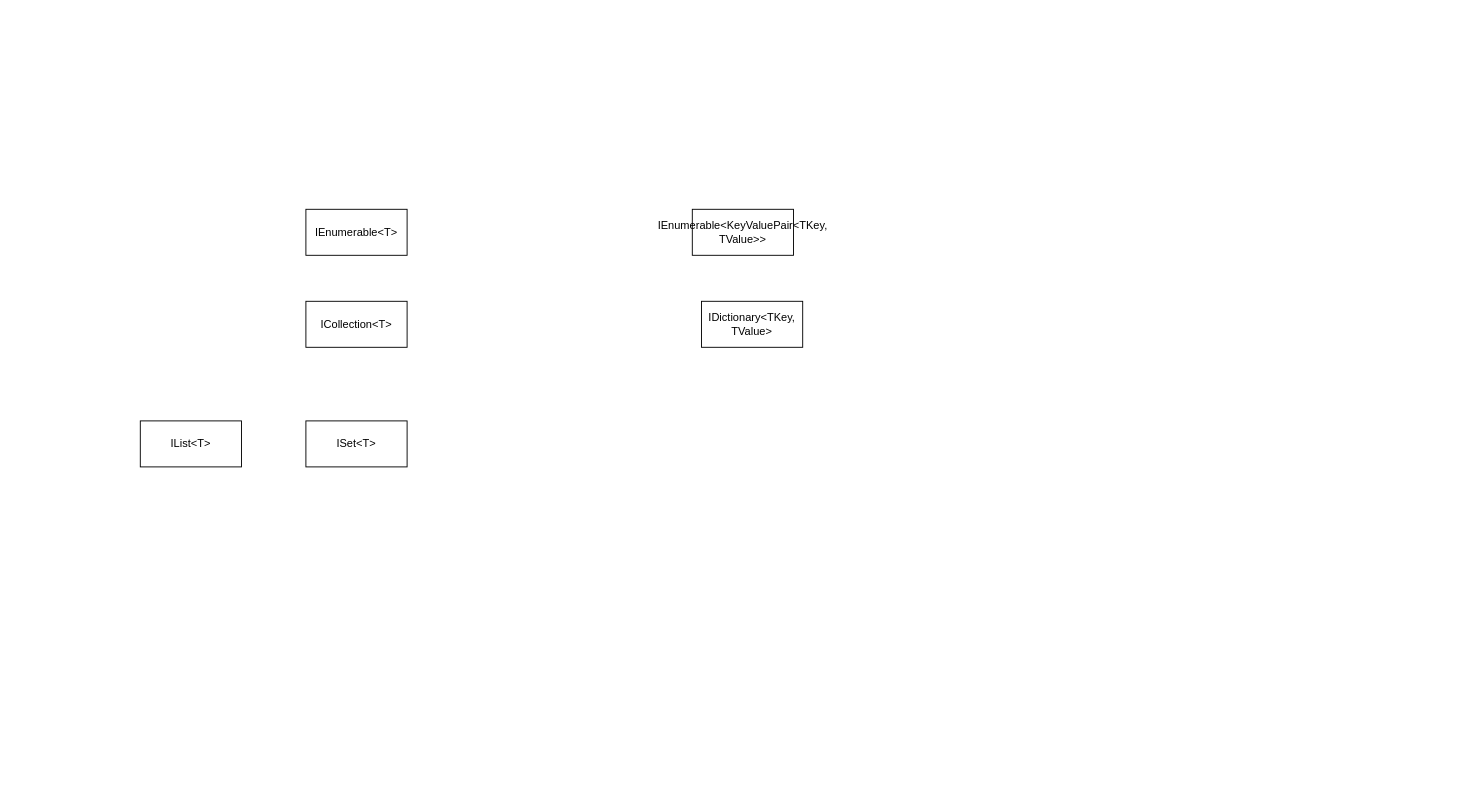
Earlier version of the draw.io diagram src/programming-language/library/collection/collection-csharp.drawio (andrewliqw/development-notes). Source tidied: cells renumbered, new cells numbered last; positions are measured from the earlier drawing's top-left corner, leaving out a move shared by most shapes. Both pictures are drawn from the tidied source at 92%, with x=0, y=0 at pixel (140, 209).
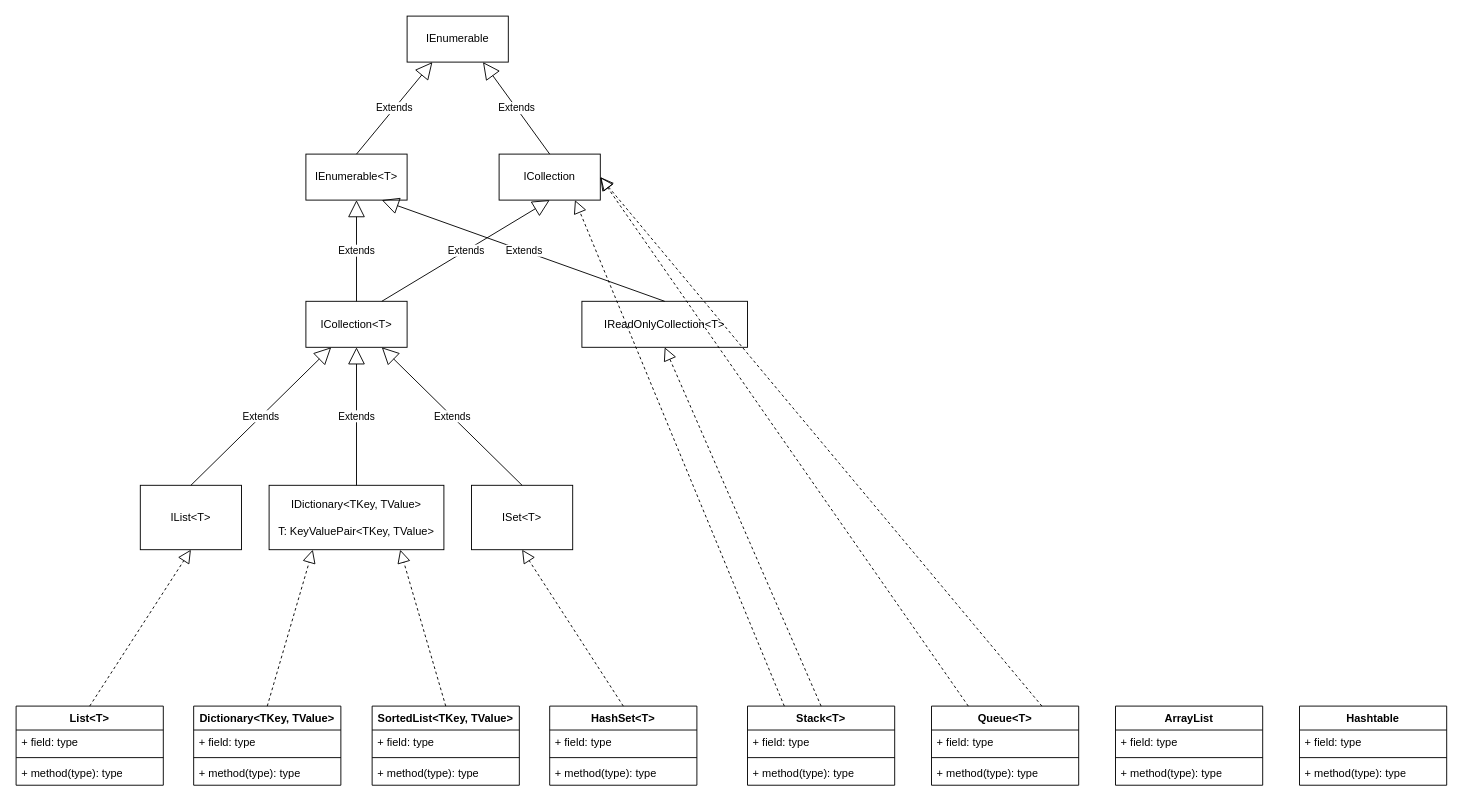
Above is the later version.

Unchanged cells that the change refers to:
```xml
<mxCell id="3" value="ICollection&amp;lt;T&amp;gt;" style="html=1;whiteSpace=wrap;" parent="1" vertex="1">
  <mxGeometry x="180" y="100" width="110" height="50" as="geometry" />
</mxCell>
```

The edit, as a diff of the source:
```diff
@@
     <mxCell id="2" value="IEnumerable&amp;lt;T&amp;gt;" style="html=1;whiteSpace=wrap;" parent="1" vertex="1">
-      <mxGeometry x="180" width="110" height="50" as="geometry" />
+      <mxGeometry x="180" y="-60" width="110" height="50" as="geometry" />
     </mxCell>
@@
     <mxCell id="4" value="IList&amp;lt;T&amp;gt;" style="html=1;whiteSpace=wrap;" parent="1" vertex="1">
-      <mxGeometry y="230" width="110" height="50" as="geometry" />
+      <mxGeometry y="300" width="110" height="70" as="geometry" />
     </mxCell>
     <mxCell id="5" value="ISet&amp;lt;T&amp;gt;" style="html=1;whiteSpace=wrap;" parent="1" vertex="1">
-      <mxGeometry x="180" y="230" width="110" height="50" as="geometry" />
+      <mxGeometry x="360" y="300" width="110" height="70" as="geometry" />
     </mxCell>
-    <mxCell id="6" value="IEnumerable&amp;lt;KeyValuePair&amp;lt;TKey, TValue&amp;gt;&amp;gt;" style="html=1;whiteSpace=wrap;" parent="1" vertex="1">
-      <mxGeometry x="600" width="110" height="50" as="geometry" />
-    </mxCell>
-    <mxCell id="7" value="IDictionary&amp;lt;TKey, TValue&amp;gt;" style="html=1;whiteSpace=wrap;" parent="1" vertex="1">
-      <mxGeometry x="610" y="100" width="110" height="50" as="geometry" />
+    <mxCell id="7" value="IDictionary&amp;lt;TKey, TValue&amp;gt;&lt;br&gt;&lt;br&gt;T: KeyValuePair&amp;lt;TKey, TValue&amp;gt;" style="html=1;whiteSpace=wrap;" parent="1" vertex="1">
+      <mxGeometry x="140" y="300" width="190" height="70" as="geometry" />
     </mxCell>
+    <mxCell id="8" value="Extends" style="endArrow=block;endSize=16;endFill=0;html=1;exitX=0.5;exitY=0;exitDx=0;exitDy=0;entryX=0.5;entryY=1;entryDx=0;entryDy=0;" parent="1" edge="1" source="3" target="2">
+      <mxGeometry relative="1" as="geometry" />
+    </mxCell>
+    <mxCell id="9" value="Extends" style="endArrow=block;endSize=16;endFill=0;html=1;exitX=0.5;exitY=0;exitDx=0;exitDy=0;entryX=0.25;entryY=1;entryDx=0;entryDy=0;" parent="1" edge="1" source="4" target="3">
+      <mxGeometry relative="1" as="geometry" />
+    </mxCell>
+    <mxCell id="10" value="Extends" style="endArrow=block;endSize=16;endFill=0;html=1;exitX=0.5;exitY=0;exitDx=0;exitDy=0;entryX=0.5;entryY=1;entryDx=0;entryDy=0;" parent="1" edge="1" source="7" target="3">
+      <mxGeometry relative="1" as="geometry" />
+    </mxCell>
+    <mxCell id="11" value="Extends" style="endArrow=block;endSize=16;endFill=0;html=1;exitX=0.5;exitY=0;exitDx=0;exitDy=0;entryX=0.75;entryY=1;entryDx=0;entryDy=0;" parent="1" edge="1" source="5" target="3">
+      <mxGeometry relative="1" as="geometry" />
+    </mxCell>
+    <mxCell id="12" value="List&amp;lt;T&amp;gt;" style="swimlane;fontStyle=1;align=center;verticalAlign=top;horizontal=1;startSize=26;whiteSpace=wrap;html=1;" parent="1" vertex="1">
+      <mxGeometry x="-135" y="540" width="160" height="86" as="geometry" />
+    </mxCell>
+    <mxCell id="13" value="+ field: type" style="text;strokeColor=none;fillColor=none;align=left;verticalAlign=top;spacingLeft=4;spacingRight=4;overflow=hidden;whiteSpace=wrap;html=1;" parent="12" vertex="1">
+      <mxGeometry y="26" width="160" height="26" as="geometry" />
+    </mxCell>
+    <mxCell id="14" style="line;strokeWidth=1;fillColor=none;align=left;verticalAlign=middle;spacingTop=-1;spacingLeft=3;spacingRight=3;labelPosition=right;strokeColor=inherit;" parent="12" vertex="1">
+      <mxGeometry y="52" width="160" height="8" as="geometry" />
+    </mxCell>
+    <mxCell id="15" value="+ method(type): type" style="text;strokeColor=none;fillColor=none;align=left;verticalAlign=top;spacingLeft=4;spacingRight=4;overflow=hidden;whiteSpace=wrap;html=1;" parent="12" vertex="1">
+      <mxGeometry y="60" width="160" height="26" as="geometry" />
+    </mxCell>
+    <mxCell id="16" value="Dictionary&amp;lt;TKey, TValue&amp;gt;" style="swimlane;fontStyle=1;align=center;verticalAlign=top;horizontal=1;startSize=26;whiteSpace=wrap;html=1;" parent="1" vertex="1">
+      <mxGeometry x="58" y="540" width="160" height="86" as="geometry" />
+    </mxCell>
+    <mxCell id="17" value="+ field: type" style="text;strokeColor=none;fillColor=none;align=left;verticalAlign=top;spacingLeft=4;spacingRight=4;overflow=hidden;whiteSpace=wrap;html=1;" parent="16" vertex="1">
+      <mxGeometry y="26" width="160" height="26" as="geometry" />
+    </mxCell>
+    <mxCell id="18" style="line;strokeWidth=1;fillColor=none;align=left;verticalAlign=middle;spacingTop=-1;spacingLeft=3;spacingRight=3;labelPosition=right;strokeColor=inherit;" parent="16" vertex="1">
+      <mxGeometry y="52" width="160" height="8" as="geometry" />
+    </mxCell>
+    <mxCell id="19" value="+ method(type): type" style="text;strokeColor=none;fillColor=none;align=left;verticalAlign=top;spacingLeft=4;spacingRight=4;overflow=hidden;whiteSpace=wrap;html=1;" parent="16" vertex="1">
+      <mxGeometry y="60" width="160" height="26" as="geometry" />
+    </mxCell>
+    <mxCell id="20" value="SortedList&amp;lt;TKey, TValue&amp;gt;" style="swimlane;fontStyle=1;align=center;verticalAlign=top;horizontal=1;startSize=26;whiteSpace=wrap;html=1;" parent="1" vertex="1">
+      <mxGeometry x="252" y="540" width="160" height="86" as="geometry" />
+    </mxCell>
+    <mxCell id="21" value="+ field: type" style="text;strokeColor=none;fillColor=none;align=left;verticalAlign=top;spacingLeft=4;spacingRight=4;overflow=hidden;whiteSpace=wrap;html=1;" parent="20" vertex="1">
+      <mxGeometry y="26" width="160" height="26" as="geometry" />
+    </mxCell>
+    <mxCell id="22" style="line;strokeWidth=1;fillColor=none;align=left;verticalAlign=middle;spacingTop=-1;spacingLeft=3;spacingRight=3;labelPosition=right;strokeColor=inherit;" parent="20" vertex="1">
+      <mxGeometry y="52" width="160" height="8" as="geometry" />
+    </mxCell>
+    <mxCell id="23" value="+ method(type): type" style="text;strokeColor=none;fillColor=none;align=left;verticalAlign=top;spacingLeft=4;spacingRight=4;overflow=hidden;whiteSpace=wrap;html=1;" parent="20" vertex="1">
+      <mxGeometry y="60" width="160" height="26" as="geometry" />
+    </mxCell>
+    <mxCell id="24" value="HashSet&amp;lt;T&amp;gt;" style="swimlane;fontStyle=1;align=center;verticalAlign=top;horizontal=1;startSize=26;whiteSpace=wrap;html=1;" parent="1" vertex="1">
+      <mxGeometry x="445" y="540" width="160" height="86" as="geometry" />
+    </mxCell>
+    <mxCell id="25" value="+ field: type" style="text;strokeColor=none;fillColor=none;align=left;verticalAlign=top;spacingLeft=4;spacingRight=4;overflow=hidden;whiteSpace=wrap;html=1;" parent="24" vertex="1">
+      <mxGeometry y="26" width="160" height="26" as="geometry" />
+    </mxCell>
+    <mxCell id="26" style="line;strokeWidth=1;fillColor=none;align=left;verticalAlign=middle;spacingTop=-1;spacingLeft=3;spacingRight=3;labelPosition=right;strokeColor=inherit;" parent="24" vertex="1">
+      <mxGeometry y="52" width="160" height="8" as="geometry" />
+    </mxCell>
+    <mxCell id="27" value="+ method(type): type" style="text;strokeColor=none;fillColor=none;align=left;verticalAlign=top;spacingLeft=4;spacingRight=4;overflow=hidden;whiteSpace=wrap;html=1;" parent="24" vertex="1">
+      <mxGeometry y="60" width="160" height="26" as="geometry" />
+    </mxCell>
+    <mxCell id="28" style="endArrow=block;dashed=1;endFill=0;endSize=12;html=1;exitX=0.5;exitY=0;exitDx=0;exitDy=0;entryX=0.5;entryY=1;entryDx=0;entryDy=0;" parent="1" edge="1" source="24" target="5">
+      <mxGeometry relative="1" as="geometry" />
+    </mxCell>
+    <mxCell id="29" style="endArrow=block;dashed=1;endFill=0;endSize=12;html=1;exitX=0.5;exitY=0;exitDx=0;exitDy=0;entryX=0.5;entryY=1;entryDx=0;entryDy=0;" parent="1" edge="1" source="12" target="4">
+      <mxGeometry relative="1" as="geometry" />
+    </mxCell>
+    <mxCell id="30" style="endArrow=block;dashed=1;endFill=0;endSize=12;html=1;exitX=0.5;exitY=0;exitDx=0;exitDy=0;entryX=0.25;entryY=1;entryDx=0;entryDy=0;" parent="1" edge="1" source="16" target="7">
+      <mxGeometry relative="1" as="geometry" />
+    </mxCell>
+    <mxCell id="31" style="endArrow=block;dashed=1;endFill=0;endSize=12;html=1;exitX=0.5;exitY=0;exitDx=0;exitDy=0;entryX=0.75;entryY=1;entryDx=0;entryDy=0;" parent="1" edge="1" source="20" target="7">
+      <mxGeometry relative="1" as="geometry" />
+    </mxCell>
+    <mxCell id="32" value="IEnumerable" style="html=1;whiteSpace=wrap;" parent="1" vertex="1">
+      <mxGeometry x="290" y="-210" width="110" height="50" as="geometry" />
+    </mxCell>
+    <mxCell id="33" value="Extends" style="endArrow=block;endSize=16;endFill=0;html=1;entryX=0.25;entryY=1;entryDx=0;entryDy=0;exitX=0.5;exitY=0;exitDx=0;exitDy=0;" parent="1" edge="1" source="2" target="32">
+      <mxGeometry relative="1" as="geometry" />
+    </mxCell>
+    <mxCell id="34" value="ICollection" style="html=1;whiteSpace=wrap;" parent="1" vertex="1">
+      <mxGeometry x="390" y="-60" width="110" height="50" as="geometry" />
+    </mxCell>
+    <mxCell id="35" value="Extends" style="endArrow=block;endSize=16;endFill=0;html=1;exitX=0.5;exitY=0;exitDx=0;exitDy=0;entryX=0.75;entryY=1;entryDx=0;entryDy=0;" parent="1" edge="1" source="34" target="32">
+      <mxGeometry relative="1" as="geometry" />
+    </mxCell>
+    <mxCell id="36" value="Extends" style="endArrow=block;endSize=16;endFill=0;html=1;entryX=0.5;entryY=1;entryDx=0;entryDy=0;exitX=0.75;exitY=0;exitDx=0;exitDy=0;" parent="1" edge="1" source="3" target="34">
+      <mxGeometry relative="1" as="geometry" />
+    </mxCell>
+    <mxCell id="37" value="IReadOnlyCollection&amp;lt;T&amp;gt;" style="html=1;whiteSpace=wrap;" parent="1" vertex="1">
+      <mxGeometry x="480" y="100" width="180" height="50" as="geometry" />
+    </mxCell>
+    <mxCell id="38" value="Extends" style="endArrow=block;endSize=16;endFill=0;html=1;exitX=0.5;exitY=0;exitDx=0;exitDy=0;entryX=0.75;entryY=1;entryDx=0;entryDy=0;" parent="1" edge="1" source="37" target="2">
+      <mxGeometry relative="1" as="geometry" />
+    </mxCell>
+    <mxCell id="39" value="Stack&amp;lt;T&amp;gt;" style="swimlane;fontStyle=1;align=center;verticalAlign=top;horizontal=1;startSize=26;whiteSpace=wrap;html=1;" parent="1" vertex="1">
+      <mxGeometry x="660" y="540" width="160" height="86" as="geometry" />
+    </mxCell>
+    <mxCell id="40" value="+ field: type" style="text;strokeColor=none;fillColor=none;align=left;verticalAlign=top;spacingLeft=4;spacingRight=4;overflow=hidden;whiteSpace=wrap;html=1;" parent="39" vertex="1">
+      <mxGeometry y="26" width="160" height="26" as="geometry" />
+    </mxCell>
+    <mxCell id="41" style="line;strokeWidth=1;fillColor=none;align=left;verticalAlign=middle;spacingTop=-1;spacingLeft=3;spacingRight=3;labelPosition=right;strokeColor=inherit;" parent="39" vertex="1">
+      <mxGeometry y="52" width="160" height="8" as="geometry" />
+    </mxCell>
+    <mxCell id="42" value="+ method(type): type" style="text;strokeColor=none;fillColor=none;align=left;verticalAlign=top;spacingLeft=4;spacingRight=4;overflow=hidden;whiteSpace=wrap;html=1;" parent="39" vertex="1">
+      <mxGeometry y="60" width="160" height="26" as="geometry" />
+    </mxCell>
+    <mxCell id="43" style="endArrow=block;dashed=1;endFill=0;endSize=12;html=1;exitX=0.5;exitY=0;exitDx=0;exitDy=0;entryX=0.5;entryY=1;entryDx=0;entryDy=0;" parent="1" edge="1" source="39" target="37">
+      <mxGeometry relative="1" as="geometry" />
+    </mxCell>
+    <mxCell id="44" style="endArrow=block;dashed=1;endFill=0;endSize=12;html=1;exitX=0.25;exitY=0;exitDx=0;exitDy=0;entryX=0.75;entryY=1;entryDx=0;entryDy=0;" parent="1" edge="1" source="39" target="34">
+      <mxGeometry relative="1" as="geometry" />
+    </mxCell>
+    <mxCell id="45" value="Queue&amp;lt;T&amp;gt;" style="swimlane;fontStyle=1;align=center;verticalAlign=top;horizontal=1;startSize=26;whiteSpace=wrap;html=1;" parent="1" vertex="1">
+      <mxGeometry x="860" y="540" width="160" height="86" as="geometry" />
+    </mxCell>
+    <mxCell id="46" value="+ field: type" style="text;strokeColor=none;fillColor=none;align=left;verticalAlign=top;spacingLeft=4;spacingRight=4;overflow=hidden;whiteSpace=wrap;html=1;" parent="45" vertex="1">
+      <mxGeometry y="26" width="160" height="26" as="geometry" />
+    </mxCell>
+    <mxCell id="47" style="line;strokeWidth=1;fillColor=none;align=left;verticalAlign=middle;spacingTop=-1;spacingLeft=3;spacingRight=3;labelPosition=right;strokeColor=inherit;" parent="45" vertex="1">
+      <mxGeometry y="52" width="160" height="8" as="geometry" />
+    </mxCell>
+    <mxCell id="48" value="+ method(type): type" style="text;strokeColor=none;fillColor=none;align=left;verticalAlign=top;spacingLeft=4;spacingRight=4;overflow=hidden;whiteSpace=wrap;html=1;" parent="45" vertex="1">
+      <mxGeometry y="60" width="160" height="26" as="geometry" />
+    </mxCell>
+    <mxCell id="49" style="endArrow=block;dashed=1;endFill=0;endSize=12;html=1;exitX=0.75;exitY=0;exitDx=0;exitDy=0;entryX=1;entryY=0.5;entryDx=0;entryDy=0;" parent="1" edge="1" source="45" target="34">
+      <mxGeometry relative="1" as="geometry" />
+    </mxCell>
+    <mxCell id="50" style="endArrow=block;dashed=1;endFill=0;endSize=12;html=1;exitX=0.25;exitY=0;exitDx=0;exitDy=0;entryX=1;entryY=0.5;entryDx=0;entryDy=0;" parent="1" edge="1" source="45" target="34">
+      <mxGeometry relative="1" as="geometry" />
+    </mxCell>
+    <mxCell id="51" value="Hashtable" style="swimlane;fontStyle=1;align=center;verticalAlign=top;horizontal=1;startSize=26;whiteSpace=wrap;html=1;" parent="1" vertex="1">
+      <mxGeometry x="1260" y="540" width="160" height="86" as="geometry" />
+    </mxCell>
+    <mxCell id="52" value="+ field: type" style="text;strokeColor=none;fillColor=none;align=left;verticalAlign=top;spacingLeft=4;spacingRight=4;overflow=hidden;whiteSpace=wrap;html=1;" parent="51" vertex="1">
+      <mxGeometry y="26" width="160" height="26" as="geometry" />
+    </mxCell>
+    <mxCell id="53" style="line;strokeWidth=1;fillColor=none;align=left;verticalAlign=middle;spacingTop=-1;spacingLeft=3;spacingRight=3;labelPosition=right;strokeColor=inherit;" parent="51" vertex="1">
+      <mxGeometry y="52" width="160" height="8" as="geometry" />
+    </mxCell>
+    <mxCell id="54" value="+ method(type): type" style="text;strokeColor=none;fillColor=none;align=left;verticalAlign=top;spacingLeft=4;spacingRight=4;overflow=hidden;whiteSpace=wrap;html=1;" parent="51" vertex="1">
+      <mxGeometry y="60" width="160" height="26" as="geometry" />
+    </mxCell>
+    <mxCell id="55" value="ArrayList" style="swimlane;fontStyle=1;align=center;verticalAlign=top;horizontal=1;startSize=26;whiteSpace=wrap;html=1;" parent="1" vertex="1">
+      <mxGeometry x="1060" y="540" width="160" height="86" as="geometry" />
+    </mxCell>
+    <mxCell id="56" value="+ field: type" style="text;strokeColor=none;fillColor=none;align=left;verticalAlign=top;spacingLeft=4;spacingRight=4;overflow=hidden;whiteSpace=wrap;html=1;" parent="55" vertex="1">
+      <mxGeometry y="26" width="160" height="26" as="geometry" />
+    </mxCell>
+    <mxCell id="57" style="line;strokeWidth=1;fillColor=none;align=left;verticalAlign=middle;spacingTop=-1;spacingLeft=3;spacingRight=3;labelPosition=right;strokeColor=inherit;" parent="55" vertex="1">
+      <mxGeometry y="52" width="160" height="8" as="geometry" />
+    </mxCell>
+    <mxCell id="58" value="+ method(type): type" style="text;strokeColor=none;fillColor=none;align=left;verticalAlign=top;spacingLeft=4;spacingRight=4;overflow=hidden;whiteSpace=wrap;html=1;" parent="55" vertex="1">
+      <mxGeometry y="60" width="160" height="26" as="geometry" />
+    </mxCell>
```
